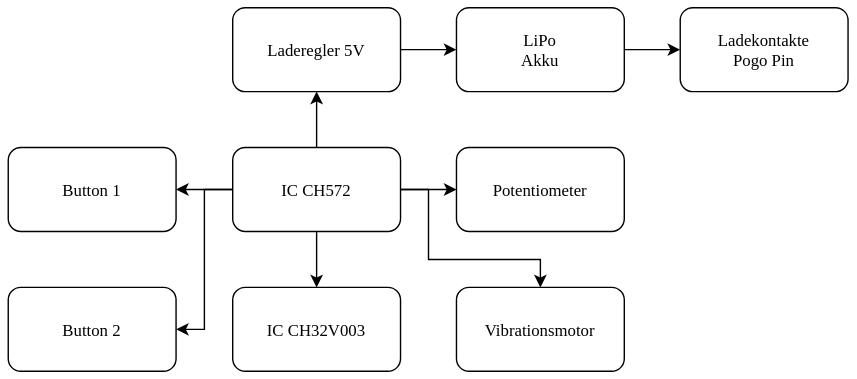
Earlier version of the draw.io export Bilder/Blockschaltbild-HW-Controller.svg (06Moritz/DiplomProjekt). Source tidied: cells renumbered, new cells last; positions are measured from the earlier drawing's top-left corner, leaving out a move shared by most shapes.
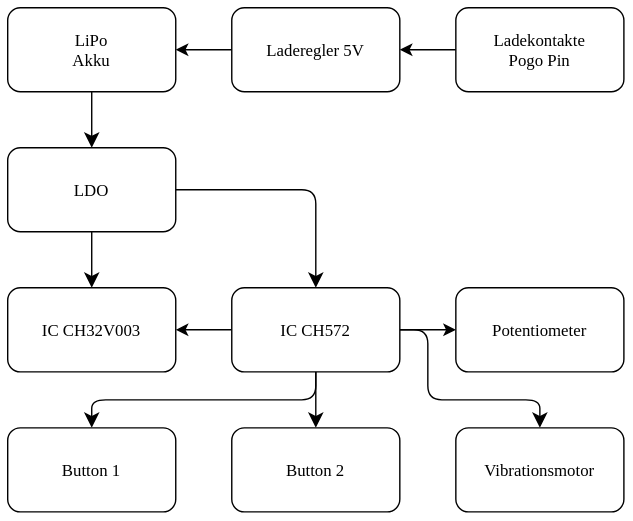
After the commit.

Diff of the diagram source:
```diff
@@ -2,62 +2,81 @@
   <root>
     <mxCell id="0" />
     <mxCell id="1" parent="0" />
+    <mxCell id="4" style="edgeStyle=orthogonalEdgeStyle;rounded=1;jettySize=auto;exitX=0;exitY=0.5;exitDx=0;exitDy=0;entryX=1;entryY=0.5;entryDx=0;entryDy=0;curved=0;" parent="1" edge="1" source="8" target="13">
+      <mxGeometry relative="1" as="geometry" />
+    </mxCell>
+    <mxCell id="6" style="edgeStyle=orthogonalEdgeStyle;rounded=0;jettySize=auto;exitX=1;exitY=0.5;exitDx=0;exitDy=0;entryX=0;entryY=0.5;entryDx=0;entryDy=0;" parent="1" edge="1" source="8" target="11">
+      <mxGeometry relative="1" as="geometry" />
+    </mxCell>
-    <mxCell id="2" style="edgeStyle=orthogonalEdgeStyle;rounded=0;jettySize=auto;exitX=0;exitY=0.5;exitDx=0;exitDy=0;entryX=1;entryY=0.5;entryDx=0;entryDy=0;" parent="1" edge="1" source="8" target="15">
+    <mxCell id="2" style="edgeStyle=none;curved=1;rounded=0;jettySize=auto;html=1;fontSize=12;startSize=8;endSize=8;" parent="1" edge="1" source="8" target="15">
       <mxGeometry relative="1" as="geometry" />
     </mxCell>
+    <mxCell id="7" style="edgeStyle=none;curved=0;rounded=1;jettySize=auto;html=1;exitX=1;exitY=0.5;exitDx=0;exitDy=0;entryX=0.5;entryY=0;entryDx=0;entryDy=0;fontSize=12;startSize=8;endSize=8;" parent="1" edge="1" source="8" target="18">
+      <mxGeometry relative="1" as="geometry">
+        <Array as="points">
+          <mxPoint x="291" y="164" />
+          <mxPoint x="291" y="214" />
+          <mxPoint x="371" y="214" />
+        </Array>
+      </mxGeometry>
+    </mxCell>
-    <mxCell id="3" style="edgeStyle=orthogonalEdgeStyle;rounded=0;jettySize=auto;exitX=0;exitY=0.5;exitDx=0;exitDy=0;entryX=1;entryY=0.5;entryDx=0;entryDy=0;" parent="1" edge="1" source="8" target="14">
-      <mxGeometry relative="1" as="geometry" />
+    <mxCell id="3" style="edgeStyle=none;curved=0;rounded=1;jettySize=auto;html=1;exitX=0.5;exitY=1;exitDx=0;exitDy=0;entryX=0.5;entryY=0;entryDx=0;entryDy=0;fontSize=12;startSize=8;endSize=8;" parent="1" edge="1" source="8" target="14">
+      <mxGeometry relative="1" as="geometry">
+        <Array as="points">
+          <mxPoint x="211" y="214" />
+          <mxPoint x="131" y="214" />
+          <mxPoint x="51" y="214" />
+        </Array>
+      </mxGeometry>
     </mxCell>
-    <mxCell id="4" style="edgeStyle=orthogonalEdgeStyle;rounded=0;jettySize=auto;exitX=0.5;exitY=1;exitDx=0;exitDy=0;entryX=0.5;entryY=0;entryDx=0;entryDy=0;" parent="1" edge="1" source="8" target="13">
-      <mxGeometry relative="1" as="geometry" />
-    </mxCell>
-    <mxCell id="5" style="edgeStyle=orthogonalEdgeStyle;rounded=0;jettySize=auto;exitX=0.5;exitY=0;exitDx=0;exitDy=0;entryX=0.5;entryY=1;entryDx=0;entryDy=0;" parent="1" edge="1" source="8" target="17">
-      <mxGeometry relative="1" as="geometry" />
-    </mxCell>
-    <mxCell id="6" style="edgeStyle=orthogonalEdgeStyle;rounded=0;jettySize=auto;exitX=1;exitY=0.5;exitDx=0;exitDy=0;entryX=0;entryY=0.5;entryDx=0;entryDy=0;" parent="1" edge="1" source="8" target="11">
-      <mxGeometry relative="1" as="geometry" />
-    </mxCell>
-    <mxCell id="7" style="edgeStyle=orthogonalEdgeStyle;rounded=0;jettySize=auto;exitX=1;exitY=0.5;exitDx=0;exitDy=0;entryX=0.5;entryY=0;entryDx=0;entryDy=0;" parent="1" edge="1" source="8" target="18">
-      <mxGeometry relative="1" as="geometry">
-        <Array as="points">
-          <mxPoint x="300.5" y="130" />
-          <mxPoint x="300.5" y="180" />
-          <mxPoint x="380.5" y="180" />
-        </Array>
-      </mxGeometry>
-    </mxCell>
     <mxCell id="8" value="IC CH572" style="rounded=1;strokeWidth=1;spacingTop=0;spacing=2;convertToSvg=1;fontFamily=Tahoma;labelBorderColor=none;labelBackgroundColor=none;glass=0;shadow=0;" parent="1" vertex="1">
-      <mxGeometry x="160.5" y="100" width="120" height="60" as="geometry" />
+      <mxGeometry x="151" y="134" width="120" height="60" as="geometry" />
     </mxCell>
-    <mxCell id="9" style="edgeStyle=orthogonalEdgeStyle;rounded=0;jettySize=auto;exitX=1;exitY=0.5;exitDx=0;exitDy=0;entryX=0;entryY=0.5;entryDx=0;entryDy=0;" parent="1" edge="1" source="10" target="12">
+    <mxCell id="9" style="edgeStyle=orthogonalEdgeStyle;rounded=0;jettySize=auto;exitX=1;exitY=0.5;exitDx=0;exitDy=0;entryX=0;entryY=0.5;entryDx=0;entryDy=0;endArrow=none;endFill=0;startArrow=classic;startFill=1;" parent="1" edge="1" source="10" target="12">
       <mxGeometry relative="1" as="geometry" />
     </mxCell>
-    <mxCell id="10" value="LiPo&#10;Akku" style="rounded=1;spacingTop=0;spacing=2;convertToSvg=1;fontFamily=Tahoma;labelBorderColor=none;labelBackgroundColor=none;glass=0;shadow=0;" parent="1" vertex="1">
-      <mxGeometry x="320.5" width="120" height="60" as="geometry" />
+    <mxCell id="10" value="Laderegler 5V" style="rounded=1;spacingTop=0;spacing=2;convertToSvg=1;fontFamily=Tahoma;labelBorderColor=none;labelBackgroundColor=none;glass=0;shadow=0;" parent="1" vertex="1">
+      <mxGeometry x="151" y="-66" width="120" height="60" as="geometry" />
     </mxCell>
     <mxCell id="11" value="Potentiometer" style="rounded=1;spacingTop=0;spacing=2;convertToSvg=1;fontFamily=Tahoma;labelBorderColor=none;labelBackgroundColor=none;glass=0;shadow=0;" parent="1" vertex="1">
-      <mxGeometry x="320.5" y="100" width="120" height="60" as="geometry" />
+      <mxGeometry x="311" y="134" width="120" height="60" as="geometry" />
     </mxCell>
     <mxCell id="12" value="Ladekontakte&#10;Pogo Pin" style="rounded=1;spacingTop=0;spacing=2;convertToSvg=1;fontFamily=Tahoma;labelBorderColor=none;labelBackgroundColor=none;" parent="1" vertex="1">
-      <mxGeometry x="480.5" width="120" height="60" as="geometry" />
+      <mxGeometry x="311" y="-66" width="120" height="60" as="geometry" />
     </mxCell>
     <mxCell id="13" value="IC CH32V003" style="rounded=1;spacingTop=0;spacing=2;convertToSvg=1;fontFamily=Tahoma;labelBorderColor=none;labelBackgroundColor=none;glass=0;shadow=0;" parent="1" vertex="1">
-      <mxGeometry x="160.5" y="200" width="120" height="60" as="geometry" />
+      <mxGeometry x="-9" y="134" width="120" height="60" as="geometry" />
     </mxCell>
     <mxCell id="14" value="Button 1" style="rounded=1;spacingTop=0;spacing=2;convertToSvg=1;fontFamily=Tahoma;labelBorderColor=none;labelBackgroundColor=none;glass=0;shadow=0;" parent="1" vertex="1">
-      <mxGeometry y="100" width="120" height="60" as="geometry" />
+      <mxGeometry x="-9" y="234" width="120" height="60" as="geometry" />
     </mxCell>
     <mxCell id="15" value="Button 2" style="rounded=1;spacingTop=0;spacing=2;convertToSvg=1;fontFamily=Tahoma;labelBorderColor=none;labelBackgroundColor=none;glass=0;shadow=0;" parent="1" vertex="1">
-      <mxGeometry y="200" width="120" height="60" as="geometry" />
+      <mxGeometry x="151" y="234" width="120" height="60" as="geometry" />
     </mxCell>
-    <mxCell id="16" style="edgeStyle=orthogonalEdgeStyle;rounded=0;jettySize=auto;exitX=1;exitY=0.5;exitDx=0;exitDy=0;entryX=0;entryY=0.5;entryDx=0;entryDy=0;" parent="1" edge="1" source="17" target="10">
+    <mxCell id="16" style="edgeStyle=orthogonalEdgeStyle;rounded=0;jettySize=auto;exitX=1;exitY=0.5;exitDx=0;exitDy=0;entryX=0;entryY=0.5;entryDx=0;entryDy=0;startArrow=classic;startFill=1;endArrow=none;endFill=0;" parent="1" edge="1" source="17" target="10">
       <mxGeometry relative="1" as="geometry" />
     </mxCell>
+    <mxCell id="19" style="edgeStyle=none;curved=1;rounded=0;jettySize=auto;html=1;fontSize=12;startSize=8;endSize=8;" parent="1" edge="1" source="17" target="22">
+      <mxGeometry relative="1" as="geometry" />
+    </mxCell>
-    <mxCell id="17" value="Laderegler 5V" style="rounded=1;spacingTop=0;spacing=2;convertToSvg=1;fontFamily=Tahoma;labelBorderColor=none;labelBackgroundColor=none;glass=0;shadow=0;" parent="1" vertex="1">
-      <mxGeometry x="160.5" width="120" height="60" as="geometry" />
+    <mxCell id="17" value="LiPo&#10;Akku" style="rounded=1;spacingTop=0;spacing=2;convertToSvg=1;fontFamily=Tahoma;labelBorderColor=none;labelBackgroundColor=none;glass=0;shadow=0;" parent="1" vertex="1">
+      <mxGeometry x="-9" y="-66" width="120" height="60" as="geometry" />
     </mxCell>
     <mxCell id="18" value="Vibrationsmotor" style="rounded=1;spacingTop=0;spacing=2;convertToSvg=1;fontFamily=Tahoma;labelBorderColor=none;labelBackgroundColor=none;glass=0;shadow=0;" parent="1" vertex="1">
-      <mxGeometry x="320.5" y="200" width="120" height="60" as="geometry" />
+      <mxGeometry x="311" y="234" width="120" height="60" as="geometry" />
     </mxCell>
+    <mxCell id="20" style="edgeStyle=none;curved=1;rounded=0;jettySize=auto;html=1;fontSize=12;startSize=8;endSize=8;" parent="1" edge="1" source="22" target="13">
+      <mxGeometry relative="1" as="geometry" />
+    </mxCell>
+    <mxCell id="21" style="edgeStyle=none;curved=0;rounded=1;jettySize=auto;html=1;exitX=1;exitY=0.5;exitDx=0;exitDy=0;entryX=0.5;entryY=0;entryDx=0;entryDy=0;fontSize=12;startSize=8;endSize=8;" parent="1" edge="1" source="22" target="8">
+      <mxGeometry relative="1" as="geometry">
+        <Array as="points">
+          <mxPoint x="211" y="64" />
+        </Array>
+      </mxGeometry>
+    </mxCell>
+    <mxCell id="22" value="LDO" style="rounded=1;spacingTop=0;spacing=2;convertToSvg=1;fontFamily=Tahoma;labelBorderColor=none;labelBackgroundColor=none;" parent="1" vertex="1">
+      <mxGeometry x="-9" y="34" width="120" height="60" as="geometry" />
+    </mxCell>
   </root>
 </mxGraphModel>
```
